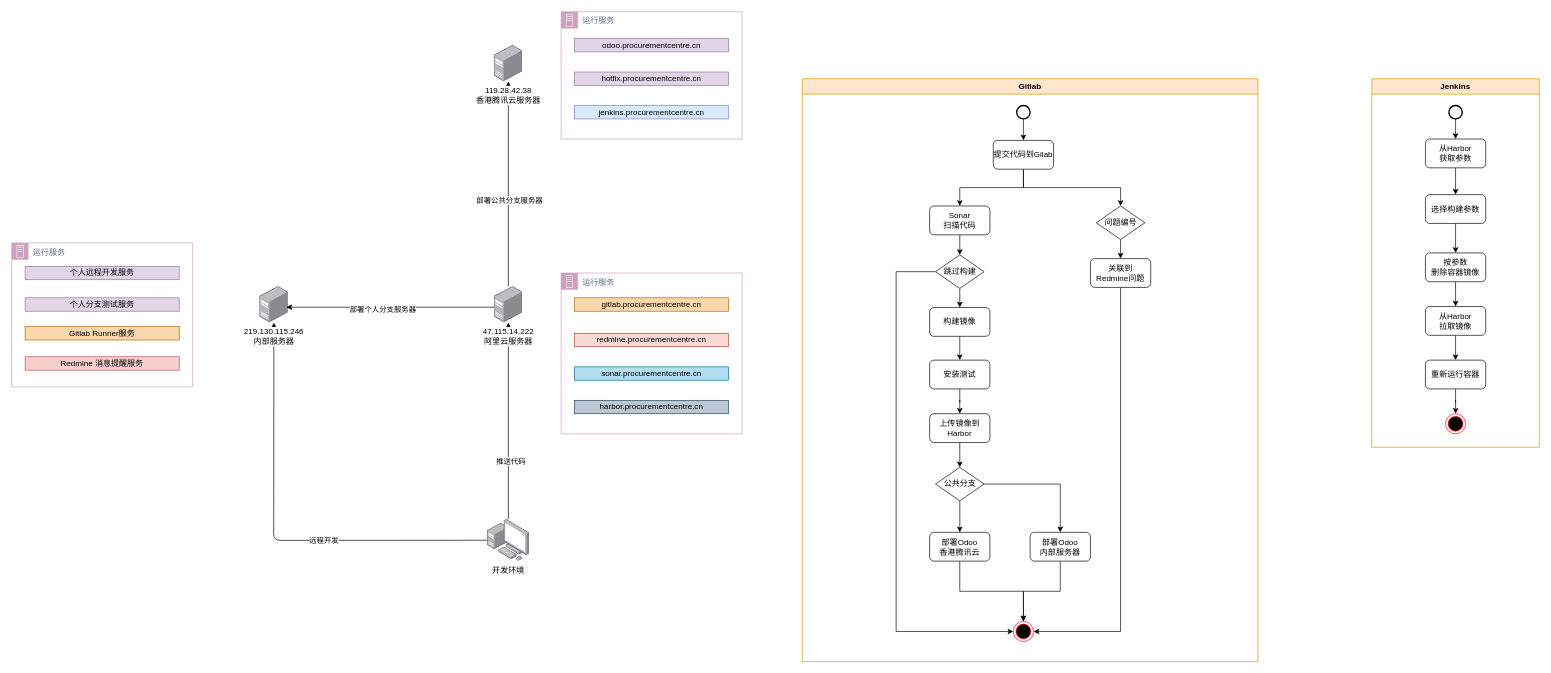
Above: Untitled Diagram.drawio in alreadytakenn/images (draw.io), before the change. Source tidied: cells renumbered, new cells numbered last; positions are measured from the earlier drawing's top-left corner, leaving out a move shared by most shapes. Both pictures are drawn from the tidied source at 67%, with x=0, y=0 at pixel (11, 11).
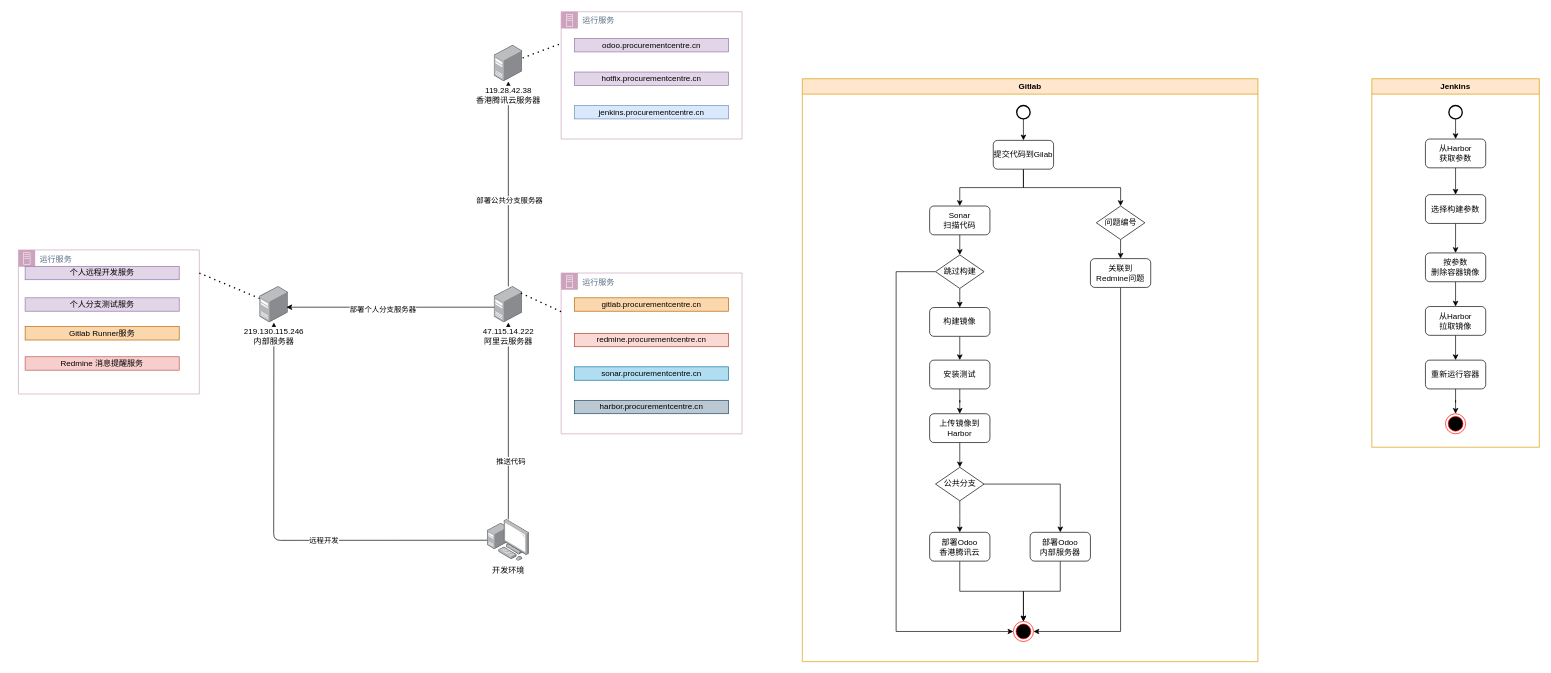
After the change.

Unchanged cells that the change refers to:
```xml
<mxCell id="4" value="运行服务" style="points=[[0,0],[0.25,0],[0.5,0],[0.75,0],[1,0],[1,0.25],[1,0.5],[1,0.75],[1,1],[0.75,1],[0.5,1],[0.25,1],[0,1],[0,0.75],[0,0.5],[0,0.25]];outlineConnect=0;gradientColor=none;html=1;whiteSpace=wrap;fontSize=12;fontStyle=0;shape=mxgraph.aws4.group;grIcon=mxgraph.aws4.group_on_premise;fillColor=none;verticalAlign=top;align=left;spacingLeft=30;fontColor=#5A6C86;dashed=0;strokeColor=#CDA2BE;" parent="1" vertex="1">
  <mxGeometry x="820" width="270" height="190" as="geometry" />
</mxCell>
<mxCell id="12" value="&lt;div&gt;119.28.42.38&lt;/div&gt;&lt;div&gt;香港腾讯云服务器&lt;br&gt;&lt;/div&gt;" style="points=[];html=1;align=center;shadow=0;dashed=0;image;image=img/lib/allied_telesis/computer_and_terminals/Server_Desktop.svg;" parent="1" vertex="1">
  <mxGeometry x="719.9" y="50" width="42.6" height="54" as="geometry" />
</mxCell>
<mxCell id="14" value="&lt;div&gt;219.130.115.246&lt;/div&gt;&lt;div&gt;内部服务器&lt;br&gt;&lt;/div&gt;" style="points=[];html=1;align=center;shadow=0;dashed=0;image;image=img/lib/allied_telesis/computer_and_terminals/Server_Desktop.svg;" parent="1" vertex="1">
  <mxGeometry x="370" y="410" width="42.6" height="54" as="geometry" />
</mxCell>
<mxCell id="15" value="运行服务" style="points=[[0,0],[0.25,0],[0.5,0],[0.75,0],[1,0],[1,0.25],[1,0.5],[1,0.75],[1,1],[0.75,1],[0.5,1],[0.25,1],[0,1],[0,0.75],[0,0.5],[0,0.25]];outlineConnect=0;gradientColor=none;html=1;whiteSpace=wrap;fontSize=12;fontStyle=0;shape=mxgraph.aws4.group;grIcon=mxgraph.aws4.group_on_premise;fillColor=none;verticalAlign=top;align=left;spacingLeft=30;fontColor=#5A6C86;dashed=0;strokeColor=#CDA2BE;" parent="1" vertex="1">
  <mxGeometry x="820" y="390" width="270" height="240" as="geometry" />
</mxCell>
```

What changed in the source:
```diff
@@
     <mxCell id="3" value="运行服务" style="gradientColor=none;html=1;whiteSpace=wrap;fontSize=12;fontStyle=0;shape=mxgraph.aws4.group;grIcon=mxgraph.aws4.group_on_premise;fillColor=none;verticalAlign=top;align=left;spacingLeft=30;fontColor=#5A6C86;dashed=0;strokeColor=#CDA2BE;" parent="1" vertex="1">
-      <mxGeometry y="345" width="270" height="215" as="geometry" />
+      <mxGeometry x="10" y="355.5" width="270" height="215" as="geometry" />
     </mxCell>
@@
+    <mxCell id="71" style="endArrow=none;dashed=1;html=1;dashPattern=1 3;strokeWidth=2;" parent="1" edge="1" target="14">
+      <mxGeometry relative="1" as="geometry">
+        <mxPoint x="280" y="390" as="sourcePoint" />
+      </mxGeometry>
+    </mxCell>
+    <mxCell id="72" style="endArrow=none;dashed=1;html=1;dashPattern=1 3;strokeWidth=2;" parent="1" edge="1" target="15">
+      <mxGeometry relative="1" as="geometry">
+        <mxPoint x="760" y="420" as="sourcePoint" />
+      </mxGeometry>
+    </mxCell>
+    <mxCell id="73" style="endArrow=none;dashed=1;html=1;dashPattern=1 3;strokeWidth=2;entryX=0;entryY=0.25;entryDx=0;entryDy=0;" parent="1" edge="1" source="12" target="4">
+      <mxGeometry relative="1" as="geometry" />
+    </mxCell>
```
